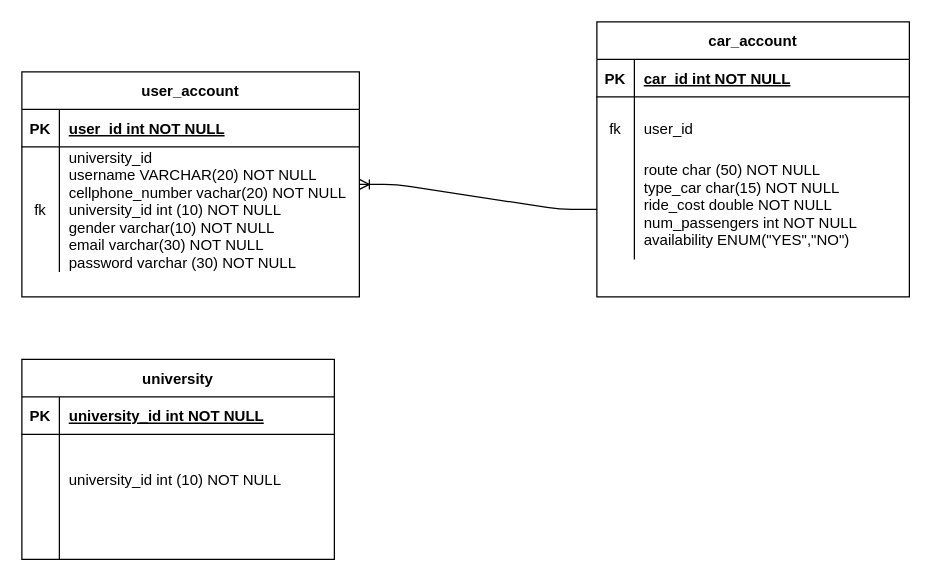
Above: Untitled Diagram.drawio in garoga11/carpool-bis (draw.io), before the change. Source tidied: cells renumbered, new cells numbered last; positions are measured from the earlier drawing's top-left corner, leaving out a move shared by most shapes. Both pictures are drawn from the tidied source at 125%, with x=0, y=0 at pixel (21, 21).
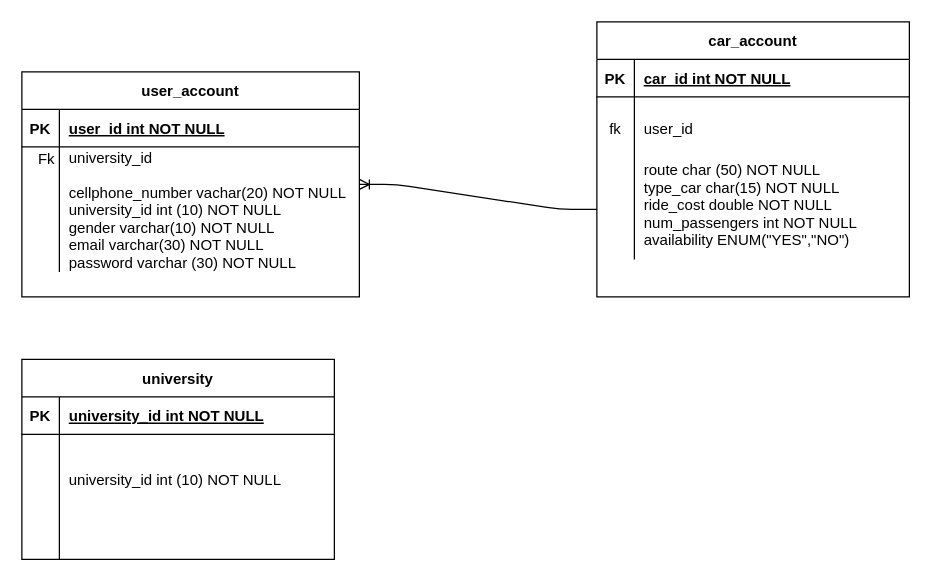
The same page after the edit.

Unchanged cells that the change refers to:
```xml
<mxCell id="6" style="shape=partialRectangle;fillColor=none;top=0;left=0;right=0;bottom=0;" parent="2" vertex="1">
  <mxGeometry y="60" width="270" height="100" as="geometry" />
</mxCell>
```

The edit, as a diff of the source:
```diff
@@
-    <mxCell id="7" value="fk" style="shape=partialRectangle;overflow=hidden;fillColor=none;top=0;left=0;bottom=0;right=0;" parent="6" vertex="1">
+    <mxCell id="7" style="shape=partialRectangle;overflow=hidden;fillColor=none;top=0;left=0;bottom=0;right=0;" parent="6" vertex="1">
       <mxGeometry width="30" height="100" as="geometry" />
     </mxCell>
-    <mxCell id="8" value="university_id&#10;username VARCHAR(20) NOT NULL&#10;cellphone_number vachar(20) NOT NULL&#10;university_id int (10) NOT NULL&#10;gender varchar(10) NOT NULL&#10;email varchar(30) NOT NULL&#10;password varchar (30) NOT NULL&#10;&#10;&#10;&#10;&#10;" style="shape=partialRectangle;overflow=hidden;fillColor=none;top=0;left=0;bottom=0;right=0;align=left;spacingLeft=6;" parent="6" vertex="1">
+    <mxCell id="8" value="university_id&#10;&#10;cellphone_number vachar(20) NOT NULL&#10;university_id int (10) NOT NULL&#10;gender varchar(10) NOT NULL&#10;email varchar(30) NOT NULL&#10;password varchar (30) NOT NULL&#10;&#10;&#10;&#10;&#10;" style="shape=partialRectangle;overflow=hidden;fillColor=none;top=0;left=0;bottom=0;right=0;align=left;spacingLeft=6;" parent="6" vertex="1">
       <mxGeometry x="30" width="240" height="100" as="geometry" />
     </mxCell>
@@
+    <mxCell id="27" value="Fk" style="text;html=1;strokeColor=none;fillColor=none;align=center;verticalAlign=middle;whiteSpace=wrap;rounded=0;" parent="1" vertex="1">
+      <mxGeometry y="100" width="40" height="20" as="geometry" />
+    </mxCell>
```
